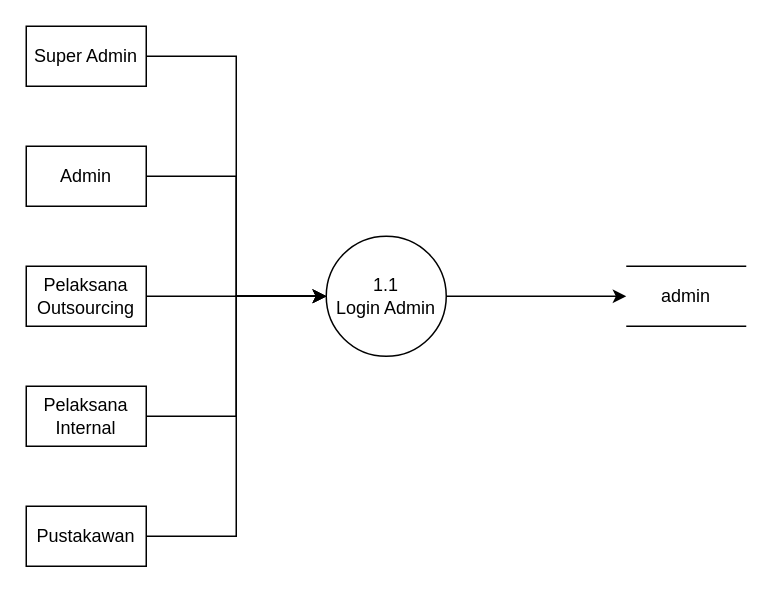
umarshd/dfd-skripsi keeps this draw.io diagram as page "DFD Level 2 Proses 1" (25 of 46) of Sistem Informasi Perpustakaan Terpadu/Diagram Tanpa Judul.drawio. Above is the earlier version. Source tidied: cells renumbered, new cells numbered last; positions are measured from the earlier drawing's top-left corner, leaving out a move shared by most shapes. Both pictures are drawn from the tidied source at 150%, with x=0, y=0 at pixel (26, 26).
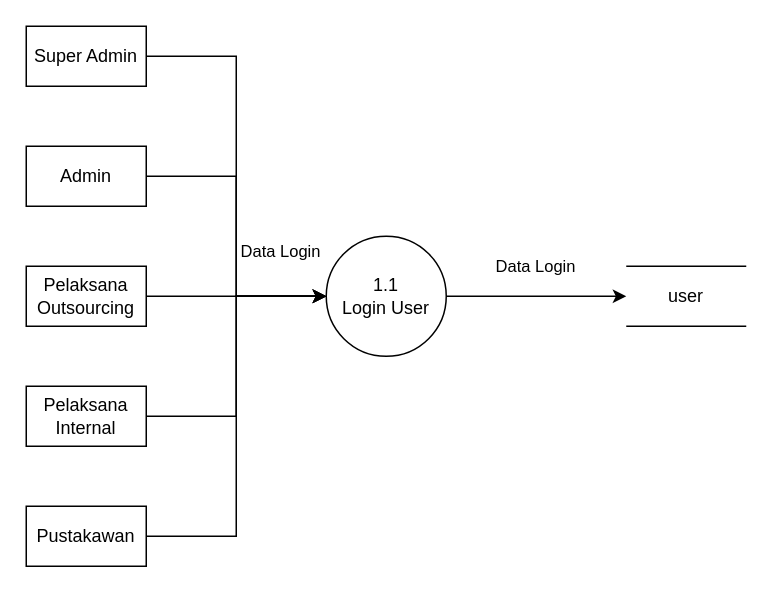
The same page after the edit.

Diff of the diagram source:
```diff
@@
-    <mxCell id="3" value="1.1&lt;br&gt;Login Admin" style="ellipse;whiteSpace=wrap;html=1;" parent="1" vertex="1">
+    <mxCell id="3" value="1.1&lt;br&gt;Login User" style="ellipse;whiteSpace=wrap;html=1;" parent="1" vertex="1">
       <mxGeometry x="200" y="140" width="80" height="80" as="geometry" />
     </mxCell>
@@
-    <mxCell id="8" value="admin" style="text;html=1;strokeColor=none;fillColor=none;align=center;verticalAlign=middle;whiteSpace=wrap;rounded=0;" parent="1" vertex="1">
+    <mxCell id="8" value="user" style="text;html=1;strokeColor=none;fillColor=none;align=center;verticalAlign=middle;whiteSpace=wrap;rounded=0;" parent="1" vertex="1">
       <mxGeometry x="410" y="165" width="60" height="30" as="geometry" />
     </mxCell>
@@
+    <mxCell id="17" value="Data Login" style="text;html=1;strokeColor=none;fillColor=none;align=center;verticalAlign=middle;whiteSpace=wrap;rounded=0;fontSize=11;fontFamily=Helvetica;fontColor=default;" parent="1" vertex="1">
+      <mxGeometry x="140" y="140" width="60" height="20" as="geometry" />
+    </mxCell>
+    <mxCell id="18" value="Data Login" style="text;html=1;strokeColor=none;fillColor=none;align=center;verticalAlign=middle;whiteSpace=wrap;rounded=0;fontSize=11;fontFamily=Helvetica;fontColor=default;" parent="1" vertex="1">
+      <mxGeometry x="310" y="150" width="60" height="20" as="geometry" />
+    </mxCell>
```
